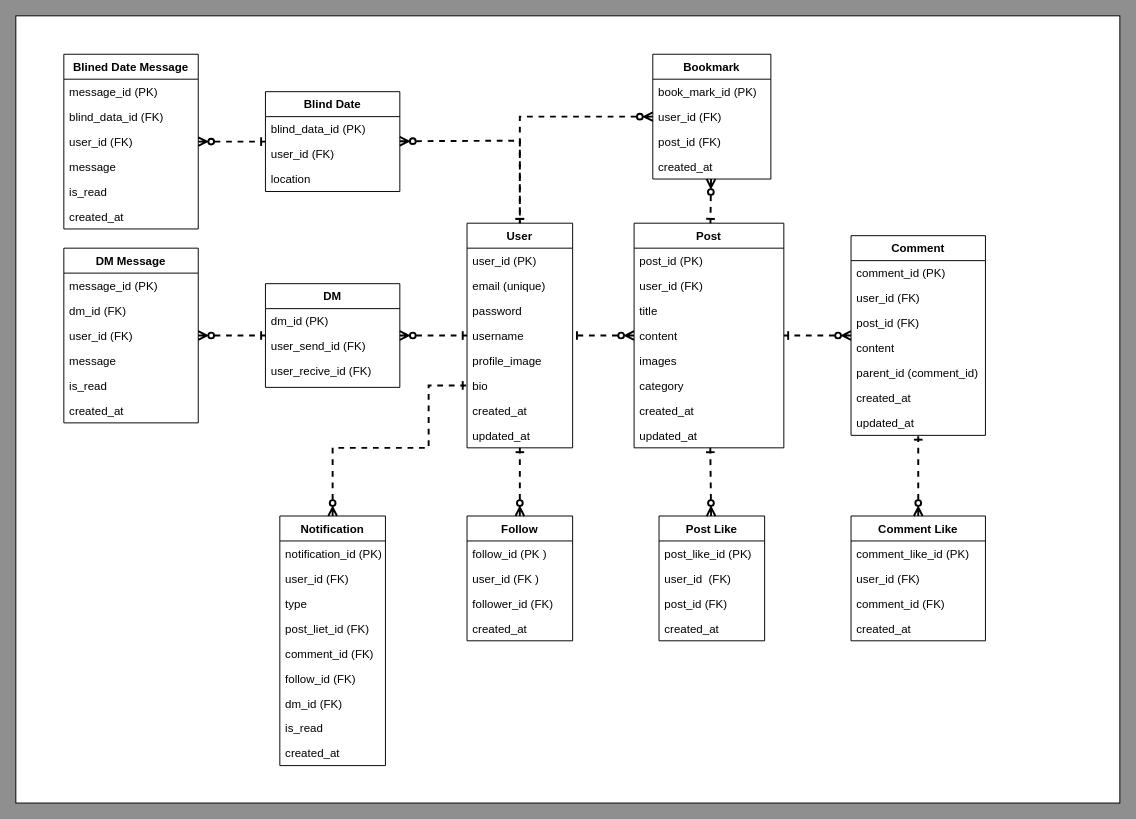
Above: node-team-project.drawio in Agratos/node-study (draw.io), before the change. Source tidied: cells renumbered, new cells numbered last; positions are measured from the earlier drawing's top-left corner, leaving out a move shared by most shapes. Both pictures are drawn from the tidied source at 96%, with x=0, y=0 at pixel (15, 15).
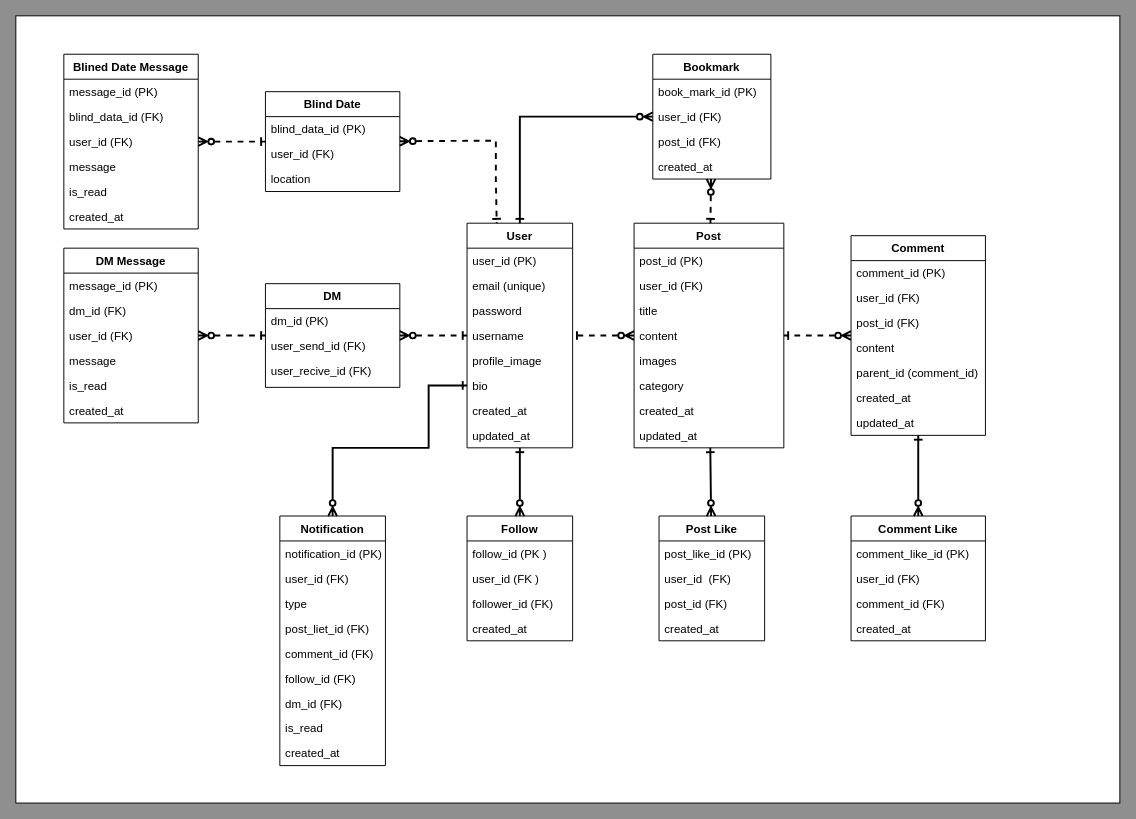
The same page after the edit.

The change refers to these unchanged cells:
```xml
<mxCell id="3" value="User" style="swimlane;fontStyle=1;align=center;verticalAlign=top;horizontal=1;startSize=26;rounded=0;shadow=0;strokeWidth=1;" parent="1" vertex="1">
  <mxGeometry x="470" y="216" width="110" height="234" as="geometry" />
</mxCell>
<mxCell id="9" value="bio" style="text;align=left;verticalAlign=top;spacingLeft=4;spacingRight=4;overflow=hidden;points=[[0,0.5],[1,0.5]];portConstraint=eastwest;rounded=0;shadow=0;html=0;" parent="3" vertex="1">
  <mxGeometry y="156" width="110" height="26" as="geometry" />
</mxCell>
<mxCell id="12" value="Post" style="swimlane;fontStyle=1;align=center;verticalAlign=top;horizontal=1;startSize=26;rounded=0;shadow=0;strokeWidth=1;" parent="1" vertex="1">
  <mxGeometry x="644" y="216" width="156" height="234" as="geometry" />
</mxCell>
<mxCell id="21" value="Comment" style="swimlane;fontStyle=1;align=center;verticalAlign=top;horizontal=1;startSize=26;rounded=0;shadow=0;strokeWidth=1;" parent="1" vertex="1">
  <mxGeometry x="870" y="229" width="140" height="208" as="geometry" />
</mxCell>
<mxCell id="29" value="Post Like" style="swimlane;fontStyle=1;align=center;verticalAlign=top;horizontal=1;startSize=26;rounded=0;shadow=0;strokeWidth=1;" parent="1" vertex="1">
  <mxGeometry x="670" y="521" width="110" height="130" as="geometry" />
</mxCell>
<mxCell id="34" value="Comment Like" style="swimlane;fontStyle=1;align=center;verticalAlign=top;horizontal=1;startSize=26;rounded=0;shadow=0;strokeWidth=1;" parent="1" vertex="1">
  <mxGeometry x="870" y="521" width="140" height="130" as="geometry" />
</mxCell>
<mxCell id="39" value="Bookmark" style="swimlane;fontStyle=1;align=center;verticalAlign=top;horizontal=1;startSize=26;rounded=0;shadow=0;strokeWidth=1;" parent="1" vertex="1">
  <mxGeometry x="663.5" y="40" width="123" height="130" as="geometry" />
</mxCell>
<mxCell id="44" value="Follow" style="swimlane;fontStyle=1;align=center;verticalAlign=top;horizontal=1;startSize=26;rounded=0;shadow=0;strokeWidth=1;" parent="1" vertex="1">
  <mxGeometry x="470" y="521" width="110" height="130" as="geometry" />
</mxCell>
<mxCell id="53" value="Notification" style="swimlane;fontStyle=1;align=center;verticalAlign=top;horizontal=1;startSize=26;rounded=0;shadow=0;strokeWidth=1;" parent="1" vertex="1">
  <mxGeometry x="275" y="521" width="110" height="260" as="geometry" />
</mxCell>
<mxCell id="81" value="Blind Date" style="swimlane;fontStyle=1;align=center;verticalAlign=top;horizontal=1;startSize=26;rounded=0;shadow=0;strokeWidth=1;" parent="1" vertex="1">
  <mxGeometry x="260" y="79" width="140" height="104" as="geometry" />
</mxCell>
```

Change to the diagram source:
```diff
@@
-    <mxCell id="74" style="endArrow=ERone;html=1;strokeWidth=2;rounded=0;endFill=0;startArrow=ERzeroToMany;startFill=0;strokeColor=default;dashed=1;" parent="1" edge="1" source="39" target="3">
+    <mxCell id="74" style="endArrow=ERone;html=1;strokeWidth=2;rounded=0;endFill=0;startArrow=ERzeroToMany;startFill=0;strokeColor=default;" parent="1" edge="1" source="39" target="3">
       <mxGeometry relative="1" as="geometry">
         <Array as="points">
           <mxPoint x="525" y="105" />
         </Array>
       </mxGeometry>
     </mxCell>
@@
-    <mxCell id="77" style="endArrow=ERone;html=1;strokeWidth=2;rounded=0;endFill=0;startArrow=ERzeroToMany;startFill=0;strokeColor=default;dashed=1;" parent="1" edge="1" source="29" target="12">
+    <mxCell id="77" style="endArrow=ERone;html=1;strokeWidth=2;rounded=0;endFill=0;startArrow=ERzeroToMany;startFill=0;strokeColor=default;" parent="1" edge="1" source="29" target="12">
       <mxGeometry relative="1" as="geometry" />
     </mxCell>
-    <mxCell id="78" style="endArrow=ERone;html=1;strokeWidth=2;rounded=0;endFill=0;startArrow=ERzeroToMany;startFill=0;strokeColor=default;dashed=1;" parent="1" edge="1" source="34" target="21">
+    <mxCell id="78" style="endArrow=ERone;html=1;strokeWidth=2;rounded=0;endFill=0;startArrow=ERzeroToMany;startFill=0;strokeColor=default;" parent="1" edge="1" source="34" target="21">
       <mxGeometry relative="1" as="geometry" />
     </mxCell>
-    <mxCell id="79" style="endArrow=ERone;html=1;strokeWidth=2;rounded=0;endFill=0;startArrow=ERzeroToMany;startFill=0;strokeColor=default;dashed=1;" parent="1" edge="1" source="44" target="3">
+    <mxCell id="79" style="endArrow=ERone;html=1;strokeWidth=2;rounded=0;endFill=0;startArrow=ERzeroToMany;startFill=0;strokeColor=default;" parent="1" edge="1" source="44" target="3">
       <mxGeometry relative="1" as="geometry" />
     </mxCell>
-    <mxCell id="80" style="endArrow=ERone;html=1;strokeWidth=2;rounded=0;endFill=0;startArrow=ERzeroToMany;startFill=0;strokeColor=default;dashed=1;" parent="1" edge="1" source="53" target="9">
+    <mxCell id="80" style="endArrow=ERone;html=1;strokeWidth=2;rounded=0;endFill=0;startArrow=ERzeroToMany;startFill=0;strokeColor=default;" parent="1" edge="1" source="53" target="9">
       <mxGeometry relative="1" as="geometry">
         <Array as="points">
           <mxPoint x="330" y="450" />
           <mxPoint x="430" y="450" />
           <mxPoint x="430" y="385" />
         </Array>
       </mxGeometry>
     </mxCell>
@@
-    <mxCell id="93" style="endArrow=ERone;html=1;strokeWidth=2;rounded=0;endFill=0;startArrow=ERzeroToMany;startFill=0;strokeColor=default;dashed=1;" parent="1" edge="1" source="81" target="3">
+    <mxCell id="93" style="endArrow=ERone;html=1;strokeWidth=2;rounded=0;endFill=0;startArrow=ERzeroToMany;startFill=0;strokeColor=default;dashed=1;entryX=0.281;entryY=0;entryDx=0;entryDy=0;entryPerimeter=0;" parent="1" edge="1" source="81" target="3">
       <mxGeometry relative="1" as="geometry">
         <Array as="points">
-          <mxPoint x="525" y="130" />
+          <mxPoint x="500" y="130" />
+          <mxPoint x="500" y="170" />
         </Array>
       </mxGeometry>
     </mxCell>
```
